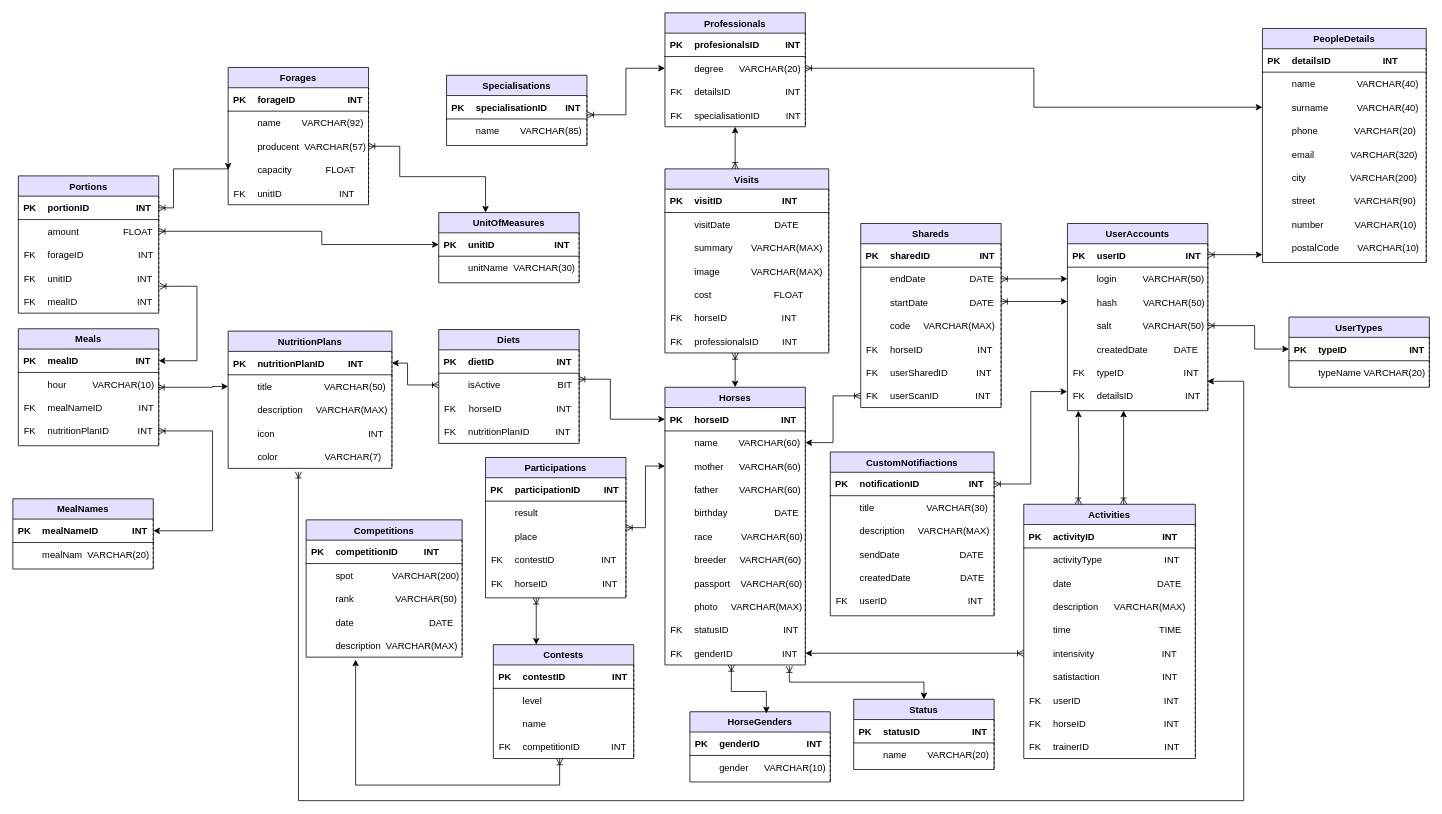
NSzymczak/HorseTracking keeps this draw.io diagram as Diagrams/Diagram fizyczny.drawio. Above is the earlier version. Source tidied: cells renumbered, new cells numbered last; positions are measured from the earlier drawing's top-left corner, leaving out a move shared by most shapes. Both pictures are drawn from the tidied source at 78%, with x=0, y=0 at pixel (12, 12).
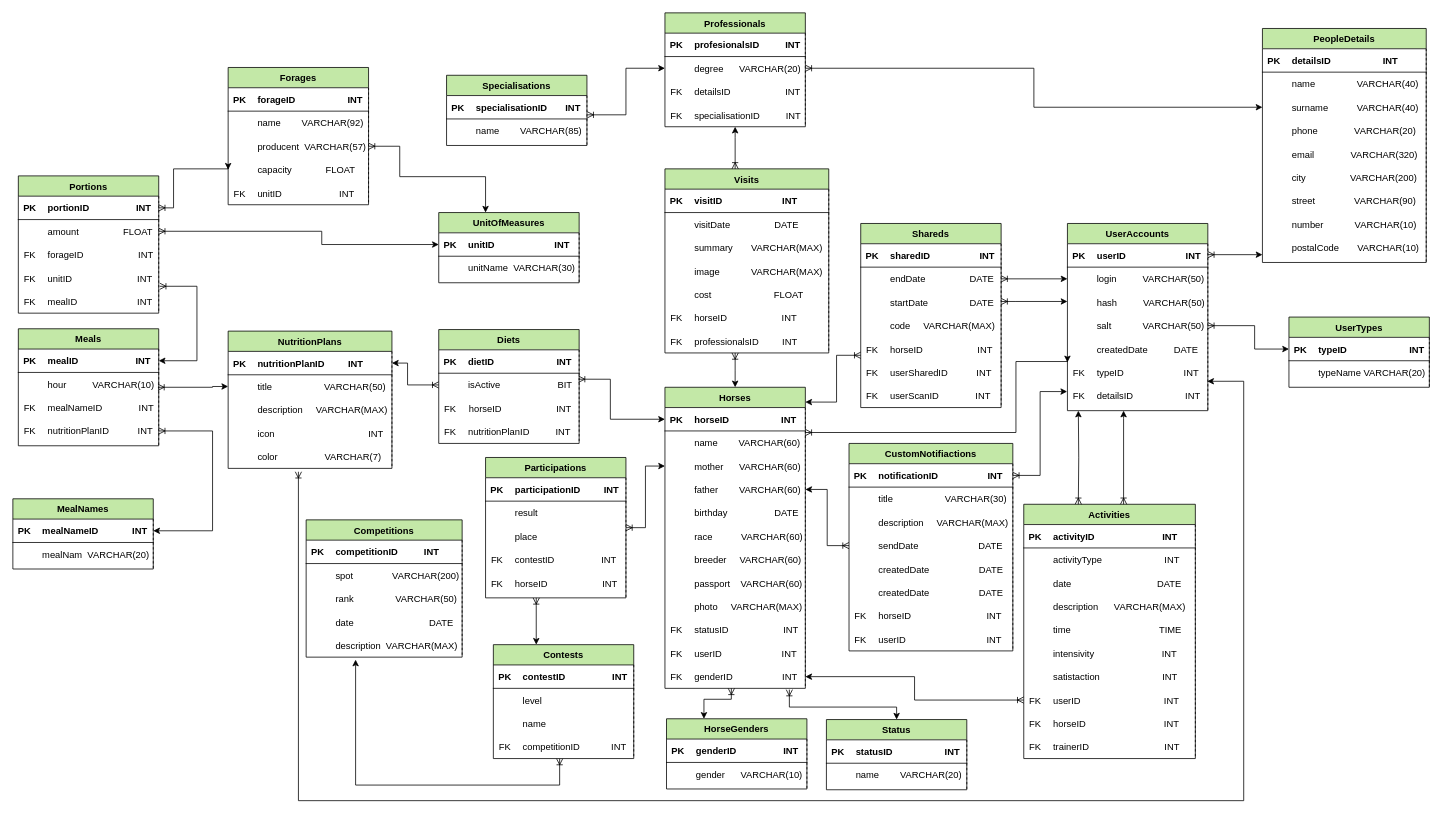
The same diagram, later.

Unchanged cells that the change refers to:
```xml
<mxCell id="28" style="shape=tableRow;horizontal=0;startSize=0;swimlaneHead=0;swimlaneBody=0;fillColor=none;points=[[0,0.5],[1,0.5]];portConstraint=eastwest;top=0;left=0;right=0;bottom=0;strokeColor=#000000;" parent="24" vertex="1">
  <mxGeometry y="56" width="180" height="30" as="geometry" />
</mxCell>
<mxCell id="34" style="shape=tableRow;horizontal=0;startSize=0;swimlaneHead=0;swimlaneBody=0;fillColor=none;points=[[0,0.5],[1,0.5]];portConstraint=eastwest;top=0;left=0;right=0;bottom=0;strokeColor=#000000;" parent="24" vertex="1">
  <mxGeometry y="116" width="180" height="30" as="geometry" />
</mxCell>
<mxCell id="76" style="shape=tableRow;horizontal=0;startSize=0;swimlaneHead=0;swimlaneBody=0;fillColor=none;points=[[0,0.5],[1,0.5]];portConstraint=eastwest;top=0;left=0;right=0;bottom=0;strokeColor=#000000;" parent="57" vertex="1">
  <mxGeometry y="206" width="180" height="30" as="geometry" />
</mxCell>
<mxCell id="110" style="shape=tableRow;horizontal=0;startSize=0;swimlaneHead=0;swimlaneBody=0;fillColor=none;points=[[0,0.5],[1,0.5]];portConstraint=eastwest;top=0;left=0;right=0;bottom=0;strokeColor=#000000;" parent="100" vertex="1">
  <mxGeometry y="116" width="210" height="30" as="geometry" />
</mxCell>
<mxCell id="156" style="shape=tableRow;horizontal=0;startSize=0;swimlaneHead=0;swimlaneBody=0;fillColor=none;points=[[0,0.5],[1,0.5]];portConstraint=eastwest;top=0;left=0;right=0;bottom=0;strokeColor=#000000;" parent="140" vertex="1">
  <mxGeometry y="176" width="220" height="30" as="geometry" />
</mxCell>
<mxCell id="162" style="shape=tableRow;horizontal=0;startSize=0;swimlaneHead=0;swimlaneBody=0;fillColor=none;points=[[0,0.5],[1,0.5]];portConstraint=eastwest;top=0;left=0;right=0;bottom=0;strokeColor=#000000;" parent="140" vertex="1">
  <mxGeometry y="236" width="220" height="30" as="geometry" />
</mxCell>
```

The edit, as a diff of the source:
```diff
@@
-    <mxCell id="2" value="Visits" style="swimlane;fontStyle=1;align=center;verticalAlign=top;horizontal=1;startSize=26;rounded=0;shadow=0;strokeWidth=1;separatorColor=#000000;separatorStrokeWidth=1;swimlaneFillColor=#FFFFFF;fillColor=#E6DEFF;" parent="1" vertex="1">
+    <mxCell id="2" value="Visits" style="swimlane;fontStyle=1;align=center;verticalAlign=top;horizontal=1;startSize=26;rounded=0;shadow=0;strokeWidth=1;separatorColor=#000000;separatorStrokeWidth=1;swimlaneFillColor=#FFFFFF;fillColor=#C3E8A7;" parent="1" vertex="1">
       <mxGeometry x="836" y="200" width="210" height="236" as="geometry" />
     </mxCell>
@@
-    <mxCell id="24" value="Horses" style="swimlane;fontStyle=1;align=center;verticalAlign=top;horizontal=1;startSize=26;rounded=0;shadow=0;strokeWidth=1;separatorColor=#000000;separatorStrokeWidth=1;swimlaneFillColor=#FFFFFF;fillColor=#E6DEFF;" parent="1" vertex="1">
-      <mxGeometry x="836" y="480" width="180" height="356" as="geometry" />
+    <mxCell id="24" value="Horses" style="swimlane;fontStyle=1;align=center;verticalAlign=top;horizontal=1;startSize=26;rounded=0;shadow=0;strokeWidth=1;separatorColor=#000000;separatorStrokeWidth=1;swimlaneFillColor=#FFFFFF;fillColor=#C3E8A7;" parent="1" vertex="1">
+      <mxGeometry x="836" y="480" width="180" height="386" as="geometry" />
     </mxCell>
@@
+    <mxCell id="380" style="shape=tableRow;horizontal=0;startSize=0;swimlaneHead=0;swimlaneBody=0;fillColor=none;top=0;left=0;right=0;bottom=0;strokeColor=#000000;" parent="24" vertex="1">
+      <mxGeometry y="326" width="180" height="30" as="geometry" />
+    </mxCell>
+    <mxCell id="381" value="FK" style="shape=partialRectangle;fillColor=none;top=0;left=0;bottom=0;right=0;overflow=hidden;strokeColor=#000000;" parent="380" vertex="1">
+      <mxGeometry width="30" height="30" as="geometry" />
+    </mxCell>
+    <mxCell id="382" value="userID                       INT" style="shape=partialRectangle;fillColor=none;top=0;left=0;bottom=0;right=0;align=left;spacingLeft=6;overflow=hidden;strokeColor=#000000;" parent="380" vertex="1">
+      <mxGeometry x="30" width="150" height="30" as="geometry" />
+    </mxCell>
     <mxCell id="54" style="shape=tableRow;horizontal=0;startSize=0;swimlaneHead=0;swimlaneBody=0;fillColor=none;points=[[0,0.5],[1,0.5]];portConstraint=eastwest;top=0;left=0;right=0;bottom=0;strokeColor=#000000;" parent="24" vertex="1">
-      <mxGeometry y="326" width="180" height="30" as="geometry" />
+      <mxGeometry y="356" width="180" height="30" as="geometry" />
     </mxCell>
@@
-    <mxCell id="57" value="Shareds" style="swimlane;fontStyle=1;align=center;verticalAlign=top;horizontal=1;startSize=26;rounded=0;shadow=0;strokeWidth=1;separatorColor=#000000;separatorStrokeWidth=1;swimlaneFillColor=#FFFFFF;fillColor=#E6DEFF;" parent="1" vertex="1">
+    <mxCell id="57" value="Shareds" style="swimlane;fontStyle=1;align=center;verticalAlign=top;horizontal=1;startSize=26;rounded=0;shadow=0;strokeWidth=1;separatorColor=#000000;separatorStrokeWidth=1;swimlaneFillColor=#FFFFFF;fillColor=#C3E8A7;" parent="1" vertex="1">
       <mxGeometry x="1087" y="270" width="180" height="236" as="geometry" />
     </mxCell>
@@
-    <mxCell id="79" value="UserAccounts" style="swimlane;fontStyle=1;align=center;verticalAlign=top;horizontal=1;startSize=26;rounded=0;shadow=0;strokeWidth=1;separatorColor=#000000;separatorStrokeWidth=1;swimlaneFillColor=#FFFFFF;fillColor=#E6DEFF;" parent="1" vertex="1">
+    <mxCell id="79" value="UserAccounts" style="swimlane;fontStyle=1;align=center;verticalAlign=top;horizontal=1;startSize=26;rounded=0;shadow=0;strokeWidth=1;separatorColor=#000000;separatorStrokeWidth=1;swimlaneFillColor=#FFFFFF;fillColor=#C3E8A7;" parent="1" vertex="1">
       <mxGeometry x="1352" y="270" width="180" height="240" as="geometry" />
     </mxCell>
@@
-    <mxCell id="100" value="CustomNotifiactions" style="swimlane;fontStyle=1;align=center;verticalAlign=top;horizontal=1;startSize=26;rounded=0;shadow=0;strokeWidth=1;separatorColor=#000000;separatorStrokeWidth=1;swimlaneFillColor=#FFFFFF;fillColor=#E6DEFF;" parent="1" vertex="1">
-      <mxGeometry x="1048" y="563" width="210" height="210" as="geometry" />
+    <mxCell id="100" value="CustomNotifiactions" style="swimlane;fontStyle=1;align=center;verticalAlign=top;horizontal=1;startSize=26;rounded=0;shadow=0;strokeWidth=1;separatorColor=#000000;separatorStrokeWidth=1;swimlaneFillColor=#FFFFFF;fillColor=#C3E8A7;" parent="1" vertex="1">
+      <mxGeometry x="1072" y="552" width="210" height="266" as="geometry" />
     </mxCell>
@@
+    <mxCell id="383" style="shape=tableRow;horizontal=0;startSize=0;swimlaneHead=0;swimlaneBody=0;fillColor=none;top=0;left=0;right=0;bottom=0;strokeColor=#000000;" parent="100" vertex="1">
+      <mxGeometry y="176" width="210" height="30" as="geometry" />
+    </mxCell>
+    <mxCell id="384" style="shape=partialRectangle;fillColor=none;top=0;left=0;bottom=0;right=0;overflow=hidden;strokeColor=#000000;" parent="383" vertex="1">
+      <mxGeometry width="30" height="30" as="geometry" />
+    </mxCell>
+    <mxCell id="385" value="createdDate                   DATE" style="shape=partialRectangle;fillColor=none;top=0;left=0;bottom=0;right=0;align=left;spacingLeft=6;overflow=hidden;strokeColor=#000000;" parent="383" vertex="1">
+      <mxGeometry x="30" width="180" height="30" as="geometry" />
+    </mxCell>
+    <mxCell id="386" style="shape=tableRow;horizontal=0;startSize=0;swimlaneHead=0;swimlaneBody=0;fillColor=none;top=0;left=0;right=0;bottom=0;strokeColor=#000000;" parent="100" vertex="1">
+      <mxGeometry y="206" width="210" height="30" as="geometry" />
+    </mxCell>
+    <mxCell id="387" value="FK" style="shape=partialRectangle;fillColor=none;top=0;left=0;bottom=0;right=0;overflow=hidden;strokeColor=#000000;" parent="386" vertex="1">
+      <mxGeometry width="30" height="30" as="geometry" />
+    </mxCell>
+    <mxCell id="388" value="horseID                             INT" style="shape=partialRectangle;fillColor=none;top=0;left=0;bottom=0;right=0;align=left;spacingLeft=6;overflow=hidden;strokeColor=#000000;" parent="386" vertex="1">
+      <mxGeometry x="30" width="180" height="30" as="geometry" />
+    </mxCell>
     <mxCell id="116" style="shape=tableRow;horizontal=0;startSize=0;swimlaneHead=0;swimlaneBody=0;fillColor=none;top=0;left=0;right=0;bottom=0;strokeColor=#000000;" parent="100" vertex="1">
-      <mxGeometry y="176" width="210" height="30" as="geometry" />
+      <mxGeometry y="236" width="210" height="30" as="geometry" />
     </mxCell>
@@
-    <mxCell id="119" value="Status" style="swimlane;fontStyle=1;align=center;verticalAlign=top;horizontal=1;startSize=26;rounded=0;shadow=0;strokeWidth=1;separatorColor=#000000;separatorStrokeWidth=1;swimlaneFillColor=#FFFFFF;fillColor=#E6DEFF;" parent="1" vertex="1">
-      <mxGeometry x="1078" y="880" width="180" height="90" as="geometry" />
+    <mxCell id="119" value="Status" style="swimlane;fontStyle=1;align=center;verticalAlign=top;horizontal=1;startSize=26;rounded=0;shadow=0;strokeWidth=1;separatorColor=#000000;separatorStrokeWidth=1;swimlaneFillColor=#FFFFFF;fillColor=#C3E8A7;" parent="1" vertex="1">
+      <mxGeometry x="1043" y="906" width="180" height="90" as="geometry" />
     </mxCell>
@@
-    <mxCell id="126" value="HorseGenders" style="swimlane;fontStyle=1;align=center;verticalAlign=top;horizontal=1;startSize=26;rounded=0;shadow=0;strokeWidth=1;separatorColor=#000000;separatorStrokeWidth=1;swimlaneFillColor=#FFFFFF;fillColor=#E6DEFF;" parent="1" vertex="1">
-      <mxGeometry x="868" y="896" width="180" height="90" as="geometry" />
+    <mxCell id="126" value="HorseGenders" style="swimlane;fontStyle=1;align=center;verticalAlign=top;horizontal=1;startSize=26;rounded=0;shadow=0;strokeWidth=1;separatorColor=#000000;separatorStrokeWidth=1;swimlaneFillColor=#FFFFFF;fillColor=#C3E8A7;" parent="1" vertex="1">
+      <mxGeometry x="838" y="905" width="180" height="90" as="geometry" />
     </mxCell>
@@
-    <mxCell id="133" value="UserTypes" style="swimlane;fontStyle=1;align=center;verticalAlign=top;horizontal=1;startSize=26;rounded=0;shadow=0;strokeWidth=1;separatorColor=#000000;separatorStrokeWidth=1;swimlaneFillColor=#FFFFFF;fillColor=#E6DEFF;" parent="1" vertex="1">
+    <mxCell id="133" value="UserTypes" style="swimlane;fontStyle=1;align=center;verticalAlign=top;horizontal=1;startSize=26;rounded=0;shadow=0;strokeWidth=1;separatorColor=#000000;separatorStrokeWidth=1;swimlaneFillColor=#FFFFFF;fillColor=#C3E8A7;" parent="1" vertex="1">
       <mxGeometry x="1636" y="390" width="180" height="90" as="geometry" />
     </mxCell>
@@
-    <mxCell id="140" value="Activities" style="swimlane;fontStyle=1;align=center;verticalAlign=top;horizontal=1;startSize=26;rounded=0;shadow=0;strokeWidth=1;separatorColor=#000000;separatorStrokeWidth=1;swimlaneFillColor=#FFFFFF;fillColor=#E6DEFF;" parent="1" vertex="1">
+    <mxCell id="140" value="Activities" style="swimlane;fontStyle=1;align=center;verticalAlign=top;horizontal=1;startSize=26;rounded=0;shadow=0;strokeWidth=1;separatorColor=#000000;separatorStrokeWidth=1;swimlaneFillColor=#FFFFFF;fillColor=#C3E8A7;" parent="1" vertex="1">
       <mxGeometry x="1296" y="630" width="220" height="326" as="geometry" />
     </mxCell>
@@
-    <mxCell id="171" value="PeopleDetails" style="swimlane;fontStyle=1;align=center;verticalAlign=top;horizontal=1;startSize=26;rounded=0;shadow=0;strokeWidth=1;separatorColor=#000000;separatorStrokeWidth=1;swimlaneFillColor=#FFFFFF;fillColor=#E6DEFF;" parent="1" vertex="1">
+    <mxCell id="171" value="PeopleDetails" style="swimlane;fontStyle=1;align=center;verticalAlign=top;horizontal=1;startSize=26;rounded=0;shadow=0;strokeWidth=1;separatorColor=#000000;separatorStrokeWidth=1;swimlaneFillColor=#FFFFFF;fillColor=#C3E8A7;" parent="1" vertex="1">
       <mxGeometry x="1602" y="20" width="210" height="300" as="geometry" />
     </mxCell>
@@
-    <mxCell id="199" value="Professionals" style="swimlane;fontStyle=1;align=center;verticalAlign=top;horizontal=1;startSize=26;rounded=0;shadow=0;strokeWidth=1;separatorColor=#000000;separatorStrokeWidth=1;swimlaneFillColor=#FFFFFF;fillColor=#E6DEFF;" parent="1" vertex="1">
+    <mxCell id="199" value="Professionals" style="swimlane;fontStyle=1;align=center;verticalAlign=top;horizontal=1;startSize=26;rounded=0;shadow=0;strokeWidth=1;separatorColor=#000000;separatorStrokeWidth=1;swimlaneFillColor=#FFFFFF;fillColor=#C3E8A7;" parent="1" vertex="1">
       <mxGeometry x="836" width="180" height="146" as="geometry" />
     </mxCell>
@@
-    <mxCell id="212" value="Specialisations" style="swimlane;fontStyle=1;align=center;verticalAlign=top;horizontal=1;startSize=26;rounded=0;shadow=0;strokeWidth=1;separatorColor=#000000;separatorStrokeWidth=1;swimlaneFillColor=#FFFFFF;fillColor=#E6DEFF;" parent="1" vertex="1">
+    <mxCell id="212" value="Specialisations" style="swimlane;fontStyle=1;align=center;verticalAlign=top;horizontal=1;startSize=26;rounded=0;shadow=0;strokeWidth=1;separatorColor=#000000;separatorStrokeWidth=1;swimlaneFillColor=#FFFFFF;fillColor=#C3E8A7;" parent="1" vertex="1">
       <mxGeometry x="556" y="80" width="180" height="90" as="geometry" />
     </mxCell>
@@
-    <mxCell id="219" value="UnitOfMeasures" style="swimlane;fontStyle=1;align=center;verticalAlign=top;horizontal=1;startSize=26;rounded=0;shadow=0;strokeWidth=1;separatorColor=#000000;separatorStrokeWidth=1;swimlaneFillColor=#FFFFFF;fillColor=#E6DEFF;" parent="1" vertex="1">
+    <mxCell id="219" value="UnitOfMeasures" style="swimlane;fontStyle=1;align=center;verticalAlign=top;horizontal=1;startSize=26;rounded=0;shadow=0;strokeWidth=1;separatorColor=#000000;separatorStrokeWidth=1;swimlaneFillColor=#FFFFFF;fillColor=#C3E8A7;" parent="1" vertex="1">
       <mxGeometry x="546" y="256" width="180" height="90" as="geometry" />
     </mxCell>
@@
-    <mxCell id="226" value="NutritionPlans" style="swimlane;fontStyle=1;align=center;verticalAlign=top;horizontal=1;startSize=26;rounded=0;shadow=0;strokeWidth=1;separatorColor=#000000;separatorStrokeWidth=1;swimlaneFillColor=#FFFFFF;fillColor=#E6DEFF;" parent="1" vertex="1">
+    <mxCell id="226" value="NutritionPlans" style="swimlane;fontStyle=1;align=center;verticalAlign=top;horizontal=1;startSize=26;rounded=0;shadow=0;strokeWidth=1;separatorColor=#000000;separatorStrokeWidth=1;swimlaneFillColor=#FFFFFF;fillColor=#C3E8A7;" parent="1" vertex="1">
       <mxGeometry x="276" y="408" width="210" height="176" as="geometry" />
     </mxCell>
@@
-    <mxCell id="242" value="Competitions" style="swimlane;fontStyle=1;align=center;verticalAlign=top;horizontal=1;startSize=26;rounded=0;shadow=0;strokeWidth=1;separatorColor=#000000;separatorStrokeWidth=1;swimlaneFillColor=#FFFFFF;fillColor=#E6DEFF;" parent="1" vertex="1">
+    <mxCell id="242" value="Competitions" style="swimlane;fontStyle=1;align=center;verticalAlign=top;horizontal=1;startSize=26;rounded=0;shadow=0;strokeWidth=1;separatorColor=#000000;separatorStrokeWidth=1;swimlaneFillColor=#FFFFFF;fillColor=#C3E8A7;" parent="1" vertex="1">
       <mxGeometry x="376" y="650" width="200" height="176" as="geometry" />
     </mxCell>
@@
-    <mxCell id="258" value="Participations" style="swimlane;fontStyle=1;align=center;verticalAlign=top;horizontal=1;startSize=26;rounded=0;shadow=0;strokeWidth=1;separatorColor=#000000;separatorStrokeWidth=1;swimlaneFillColor=#FFFFFF;fillColor=#E6DEFF;" parent="1" vertex="1">
+    <mxCell id="258" value="Participations" style="swimlane;fontStyle=1;align=center;verticalAlign=top;horizontal=1;startSize=26;rounded=0;shadow=0;strokeWidth=1;separatorColor=#000000;separatorStrokeWidth=1;swimlaneFillColor=#FFFFFF;fillColor=#C3E8A7;" parent="1" vertex="1">
       <mxGeometry x="606" y="570" width="180" height="180" as="geometry" />
     </mxCell>
@@
-    <mxCell id="274" value="Diets" style="swimlane;fontStyle=1;align=center;verticalAlign=top;horizontal=1;startSize=26;rounded=0;shadow=0;strokeWidth=1;separatorColor=#000000;separatorStrokeWidth=1;swimlaneFillColor=#FFFFFF;fillColor=#E6DEFF;" parent="1" vertex="1">
+    <mxCell id="274" value="Diets" style="swimlane;fontStyle=1;align=center;verticalAlign=top;horizontal=1;startSize=26;rounded=0;shadow=0;strokeWidth=1;separatorColor=#000000;separatorStrokeWidth=1;swimlaneFillColor=#FFFFFF;fillColor=#C3E8A7;" parent="1" vertex="1">
       <mxGeometry x="546" y="406" width="180" height="146" as="geometry" />
     </mxCell>
@@
-    <mxCell id="287" value="Meals" style="swimlane;fontStyle=1;align=center;verticalAlign=top;horizontal=1;startSize=26;rounded=0;shadow=0;strokeWidth=1;separatorColor=#000000;separatorStrokeWidth=1;swimlaneFillColor=#FFFFFF;fillColor=#E6DEFF;" parent="1" vertex="1">
+    <mxCell id="287" value="Meals" style="swimlane;fontStyle=1;align=center;verticalAlign=top;horizontal=1;startSize=26;rounded=0;shadow=0;strokeWidth=1;separatorColor=#000000;separatorStrokeWidth=1;swimlaneFillColor=#FFFFFF;fillColor=#C3E8A7;" parent="1" vertex="1">
       <mxGeometry x="7" y="405" width="180" height="150" as="geometry" />
     </mxCell>
@@
-    <mxCell id="300" value="MealNames" style="swimlane;fontStyle=1;align=center;verticalAlign=top;horizontal=1;startSize=26;rounded=0;shadow=0;strokeWidth=1;separatorColor=#000000;separatorStrokeWidth=1;swimlaneFillColor=#FFFFFF;fillColor=#E6DEFF;" parent="1" vertex="1">
+    <mxCell id="300" value="MealNames" style="swimlane;fontStyle=1;align=center;verticalAlign=top;horizontal=1;startSize=26;rounded=0;shadow=0;strokeWidth=1;separatorColor=#000000;separatorStrokeWidth=1;swimlaneFillColor=#FFFFFF;fillColor=#C3E8A7;" parent="1" vertex="1">
       <mxGeometry y="623" width="180" height="90" as="geometry" />
     </mxCell>
@@
-    <mxCell id="307" value="Portions" style="swimlane;fontStyle=1;align=center;verticalAlign=top;horizontal=1;startSize=26;rounded=0;shadow=0;strokeWidth=1;separatorColor=#000000;separatorStrokeWidth=1;swimlaneFillColor=#FFFFFF;fillColor=#E6DEFF;" parent="1" vertex="1">
+    <mxCell id="307" value="Portions" style="swimlane;fontStyle=1;align=center;verticalAlign=top;horizontal=1;startSize=26;rounded=0;shadow=0;strokeWidth=1;separatorColor=#000000;separatorStrokeWidth=1;swimlaneFillColor=#FFFFFF;fillColor=#C3E8A7;" parent="1" vertex="1">
       <mxGeometry x="7" y="209" width="180" height="176" as="geometry" />
     </mxCell>
@@
-    <mxCell id="323" value="Forages" style="swimlane;fontStyle=1;align=center;verticalAlign=top;horizontal=1;startSize=26;rounded=0;shadow=0;strokeWidth=1;separatorColor=#000000;separatorStrokeWidth=1;swimlaneFillColor=#FFFFFF;fillColor=#E6DEFF;" parent="1" vertex="1">
+    <mxCell id="323" value="Forages" style="swimlane;fontStyle=1;align=center;verticalAlign=top;horizontal=1;startSize=26;rounded=0;shadow=0;strokeWidth=1;separatorColor=#000000;separatorStrokeWidth=1;swimlaneFillColor=#FFFFFF;fillColor=#C3E8A7;" parent="1" vertex="1">
       <mxGeometry x="276" y="70" width="180" height="176" as="geometry" />
     </mxCell>
@@
-    <mxCell id="342" style="fontSize=12;html=1;endArrow=ERoneToMany;rounded=0;startArrow=classic;startFill=1;exitX=1;exitY=0.5;exitDx=0;exitDy=0;entryX=0;entryY=0.5;entryDx=0;entryDy=0;edgeStyle=orthogonalEdgeStyle;" parent="1" edge="1" source="54" target="156">
+    <mxCell id="342" style="fontSize=12;html=1;endArrow=ERoneToMany;rounded=0;startArrow=classic;startFill=1;exitX=1;exitY=0.5;exitDx=0;exitDy=0;entryX=0;entryY=0.5;entryDx=0;entryDy=0;edgeStyle=orthogonalEdgeStyle;" parent="1" edge="1" source="54" target="162">
       <mxGeometry relative="1" as="geometry" />
     </mxCell>
@@
     <mxCell id="344" style="fontSize=12;html=1;endArrow=ERoneToMany;rounded=0;startArrow=classic;startFill=1;exitX=0.5;exitY=0;exitDx=0;exitDy=0;edgeStyle=orthogonalEdgeStyle;entryX=0.886;entryY=1.053;entryDx=0;entryDy=0;entryPerimeter=0;" parent="1" edge="1" source="119" target="54">
       <mxGeometry relative="1" as="geometry">
         <Array as="points">
-          <mxPoint x="1168" y="858" />
-          <mxPoint x="996" y="858" />
+          <mxPoint x="1133" y="890" />
+          <mxPoint x="996" y="890" />
         </Array>
       </mxGeometry>
     </mxCell>
-    <mxCell id="345" style="fontSize=12;html=1;endArrow=ERoneToMany;rounded=0;startArrow=classic;startFill=1;entryX=0.473;entryY=1.001;entryDx=0;entryDy=0;edgeStyle=orthogonalEdgeStyle;entryPerimeter=0;" parent="1" edge="1" target="54">
+    <mxCell id="345" style="fontSize=12;html=1;endArrow=ERoneToMany;rounded=0;startArrow=classic;startFill=1;entryX=0.473;entryY=1.001;entryDx=0;entryDy=0;edgeStyle=orthogonalEdgeStyle;entryPerimeter=0;" parent="1" edge="1" source="126" target="54">
       <mxGeometry relative="1" as="geometry">
-        <mxPoint x="966" y="898" as="sourcePoint" />
         <Array as="points">
-          <mxPoint x="966" y="870" />
-          <mxPoint x="921" y="870" />
+          <mxPoint x="886" y="880" />
+          <mxPoint x="921" y="880" />
         </Array>
       </mxGeometry>
     </mxCell>
@@
-    <mxCell id="351" style="fontSize=12;html=1;endArrow=ERoneToMany;rounded=0;startArrow=classic;startFill=1;edgeStyle=orthogonalEdgeStyle;entryX=0;entryY=0.5;entryDx=0;entryDy=0;exitX=1;exitY=0.5;exitDx=0;exitDy=0;" parent="1" edge="1" source="28" target="76">
-      <mxGeometry relative="1" as="geometry" />
+    <mxCell id="351" style="fontSize=12;html=1;endArrow=ERoneToMany;rounded=0;startArrow=classic;startFill=1;edgeStyle=orthogonalEdgeStyle;entryX=0;entryY=0.5;entryDx=0;entryDy=0;exitX=1;exitY=0.5;exitDx=0;exitDy=0;" parent="1" edge="1">
+      <mxGeometry relative="1" as="geometry">
+        <mxPoint x="1016" y="499" as="sourcePoint" />
+        <mxPoint x="1087" y="439" as="targetPoint" />
+        <Array as="points">
+          <mxPoint x="1056" y="499" />
+          <mxPoint x="1056" y="439" />
+        </Array>
+      </mxGeometry>
     </mxCell>
@@
-    <mxCell id="366" value="Contests" style="swimlane;fontStyle=1;align=center;verticalAlign=top;horizontal=1;startSize=26;rounded=0;shadow=0;strokeWidth=1;separatorColor=#000000;separatorStrokeWidth=1;swimlaneFillColor=#FFFFFF;fillColor=#E6DEFF;" parent="1" vertex="1">
+    <mxCell id="366" value="Contests" style="swimlane;fontStyle=1;align=center;verticalAlign=top;horizontal=1;startSize=26;rounded=0;shadow=0;strokeWidth=1;separatorColor=#000000;separatorStrokeWidth=1;swimlaneFillColor=#FFFFFF;fillColor=#C3E8A7;" parent="1" vertex="1">
       <mxGeometry x="616" y="810" width="180" height="146" as="geometry" />
     </mxCell>
@@
+    <mxCell id="389" style="fontSize=12;html=1;endArrow=ERoneToMany;rounded=0;startArrow=classic;startFill=1;exitX=1;exitY=0.5;exitDx=0;exitDy=0;entryX=0;entryY=0.5;entryDx=0;entryDy=0;edgeStyle=orthogonalEdgeStyle;" parent="1" edge="1" source="34" target="110">
+      <mxGeometry relative="1" as="geometry" />
+    </mxCell>
+    <mxCell id="390" style="fontSize=12;html=1;endArrow=ERoneToMany;rounded=0;startArrow=classic;startFill=1;edgeStyle=orthogonalEdgeStyle;entryX=0;entryY=0.5;entryDx=0;entryDy=0;exitX=1;exitY=0.5;exitDx=0;exitDy=0;" parent="1" edge="1">
+      <mxGeometry relative="1" as="geometry">
+        <mxPoint x="1352" y="448" as="sourcePoint" />
+        <mxPoint x="1016" y="538" as="targetPoint" />
+        <Array as="points">
+          <mxPoint x="1352" y="447" />
+          <mxPoint x="1286" y="447" />
+          <mxPoint x="1286" y="538" />
+        </Array>
+      </mxGeometry>
+    </mxCell>
```
